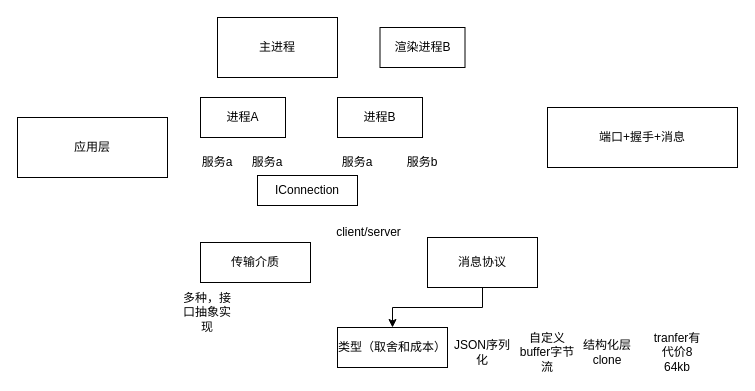
Above: code_design-process.drawio in huoying12138/GitTest (draw.io), before the change. Source tidied: cells renumbered, new cells numbered last; positions are measured from the earlier drawing's top-left corner, leaving out a move shared by most shapes. Both pictures are drawn from the tidied source at 100%, with x=0, y=0 at pixel (17, 17).
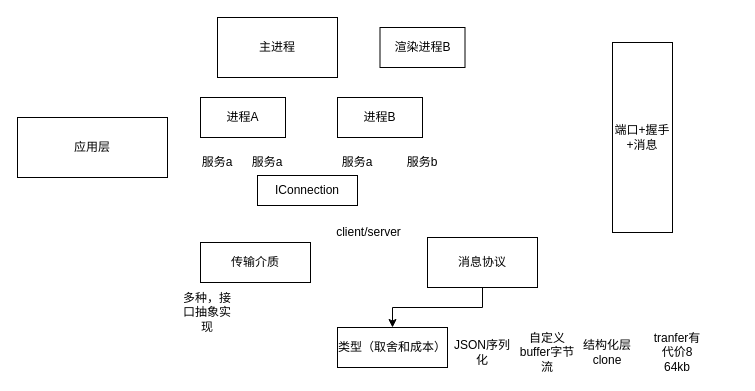
The same diagram, later.

The edit, as a diff of the source:
```diff
@@
-    <mxCell id="3" value="端口+握手+消息" style="whiteSpace=wrap;html=1;" parent="1" vertex="1">
-      <mxGeometry x="530" y="90" width="190" height="60" as="geometry" />
+    <mxCell id="3" value="端口+握手+消息" style="whiteSpace=wrap;html=1;direction=south;" parent="1" vertex="1">
+      <mxGeometry x="595" y="25" width="60" height="190" as="geometry" />
     </mxCell>
```
